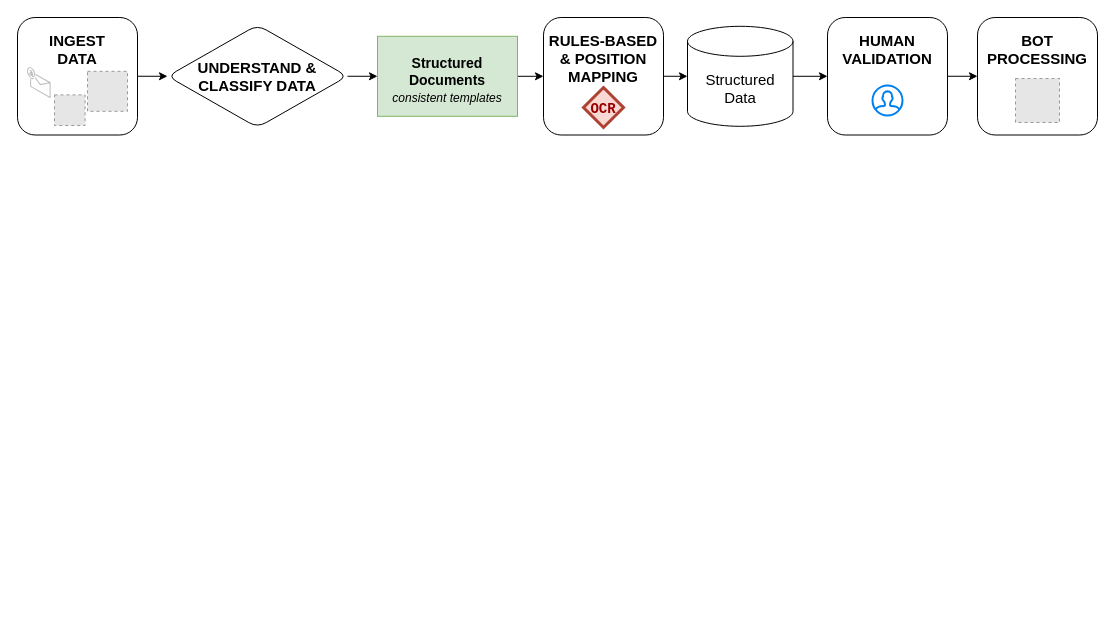
The draw.io diagram page "USE CASE - STRUCTURED" (5 of 9) of Images/OCR_Flow.drawio in amajor/research-in-cs-course-project, before the edit. Source tidied: cells renumbered, new cells numbered last; positions are measured from the earlier drawing's top-left corner, leaving out a move shared by most shapes. Both pictures are drawn from the tidied source at 100%, with x=0, y=0 at pixel (17, 17). Pictures stored in the file or linked from it are replaced by grey dashed boxes.
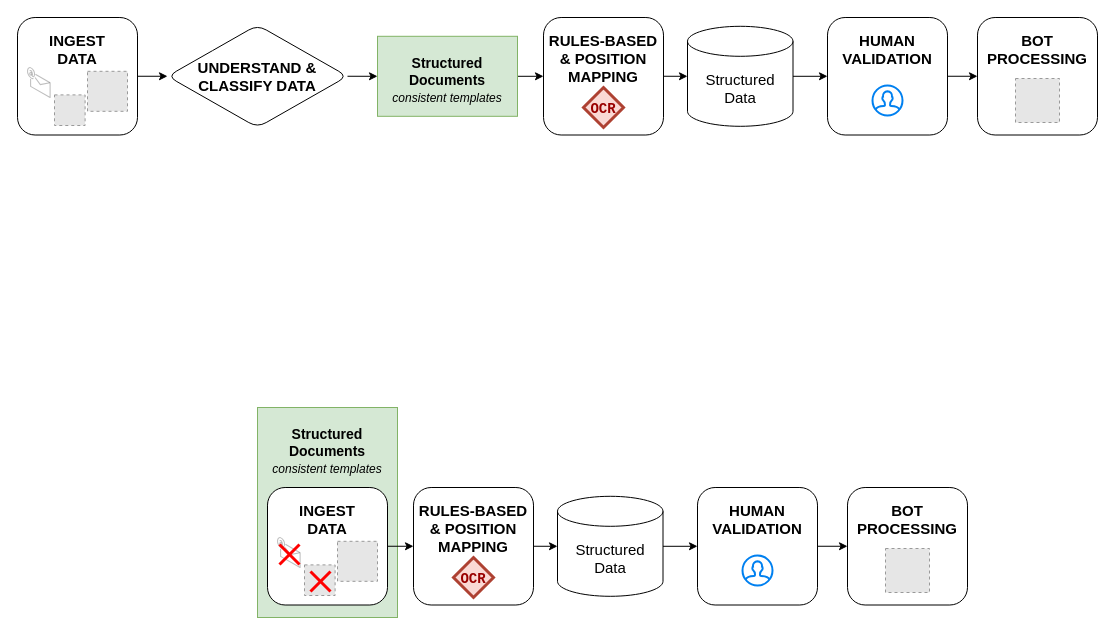
Above is the later version.

What changed in the source:
```diff
@@
+    <mxCell id="27" value="&lt;p&gt;&lt;b&gt;&lt;font style=&quot;font-size: 14px&quot;&gt;Structured Documents&lt;br&gt;&lt;/font&gt;&lt;/b&gt;&lt;i&gt;consistent templates&lt;/i&gt;&lt;b&gt;&lt;font style=&quot;font-size: 14px&quot;&gt;&lt;br&gt;&lt;/font&gt;&lt;/b&gt;&lt;/p&gt;" style="rounded=0;whiteSpace=wrap;html=1;fillColor=#d5e8d4;strokeColor=#82b366;verticalAlign=top;" parent="1" vertex="1">
+      <mxGeometry x="240" y="390" width="140" height="210" as="geometry" />
+    </mxCell>
@@
+    <mxCell id="28" style="group;" parent="1" vertex="1">
+      <mxGeometry x="250" y="470" width="700" height="117.5" as="geometry" />
+    </mxCell>
+    <mxCell id="29" style="group;" parent="28" vertex="1">
+      <mxGeometry width="120" height="117.5" as="geometry" />
+    </mxCell>
+    <mxCell id="30" value="&lt;b&gt;&lt;font style=&quot;font-size: 15px&quot;&gt;INGEST &lt;br&gt;DATA&lt;br&gt;&lt;br&gt;&lt;br&gt;&lt;br&gt;&lt;/font&gt;&lt;/b&gt;" style="rounded=1;whiteSpace=wrap;html=1;" parent="29" vertex="1">
+      <mxGeometry width="120" height="117.5" as="geometry" />
+    </mxCell>
+    <mxCell id="31" style="verticalLabelPosition=bottom;html=1;verticalAlign=top;strokeWidth=1;align=center;dashed=0;shape=mxgraph.aws3d.email;strokeColor=#292929;shadow=0;fontSize=20;fontColor=#009999;opacity=30;" parent="29" vertex="1">
+      <mxGeometry x="10" y="50" width="22.6" height="30" as="geometry" />
+    </mxCell>
+    <mxCell id="32" style="fillColor=#E6E6E6;strokeColor=#999999;dashed=1;html=1;verticalAlign=top;verticalLabelPosition=bottom;labelBackgroundColor=#ffffff;fontSize=20;fontColor=#009999;" parent="29" vertex="1">
+      <mxGeometry x="37" y="77.4" width="30.6" height="30.6" as="geometry" />
+    </mxCell>
+    <mxCell id="33" style="fillColor=#E6E6E6;strokeColor=#999999;dashed=1;html=1;verticalAlign=top;verticalLabelPosition=bottom;labelBackgroundColor=#ffffff;fontSize=20;fontColor=#009999;" parent="29" vertex="1">
+      <mxGeometry x="70" y="53.8" width="40" height="40" as="geometry" />
+    </mxCell>
+    <mxCell id="34" style="group;" parent="29" vertex="1">
+      <mxGeometry x="12" y="57" width="20" height="20" as="geometry" />
+    </mxCell>
+    <mxCell id="35" style="endArrow=none;html=1;fontColor=#FF0000;strokeColor=#FF0000;strokeWidth=3;" parent="34" edge="1">
+      <mxGeometry relative="1" as="geometry">
+        <mxPoint y="20" as="sourcePoint" />
+        <mxPoint x="20" as="targetPoint" />
+      </mxGeometry>
+    </mxCell>
+    <mxCell id="36" style="endArrow=none;html=1;fontColor=#FF0000;strokeColor=#FF0000;strokeWidth=3;" parent="34" edge="1">
+      <mxGeometry relative="1" as="geometry">
+        <mxPoint x="20" y="20" as="sourcePoint" />
+        <mxPoint as="targetPoint" />
+      </mxGeometry>
+    </mxCell>
+    <mxCell id="37" style="group;" parent="28" vertex="1">
+      <mxGeometry x="146" width="120" height="117.5" as="geometry" />
+    </mxCell>
+    <mxCell id="38" value="&lt;font style=&quot;font-size: 15px&quot;&gt;&lt;b&gt;RULES-BASED &amp;amp; POSITION MAPPING&lt;br&gt;&lt;/b&gt;&lt;br&gt;&lt;br&gt;&lt;/font&gt;" style="rounded=1;whiteSpace=wrap;html=1;" parent="37" vertex="1">
+      <mxGeometry width="120" height="117.5" as="geometry" />
+    </mxCell>
+    <mxCell id="39" value="&lt;font size=&quot;1&quot; face=&quot;Courier New&quot;&gt;&lt;b style=&quot;font-size: 14px ; line-height: 120%&quot;&gt;OCR&lt;/b&gt;&lt;/font&gt;" style="rhombus;whiteSpace=wrap;html=1;shadow=0;fontSize=20;strokeColor=#ae4132;strokeWidth=3;align=center;verticalAlign=top;fillColor=#fad9d5;fontColor=#990000;" parent="37" vertex="1">
+      <mxGeometry x="40" y="70" width="40" height="40" as="geometry" />
+    </mxCell>
+    <mxCell id="40" style="edgeStyle=none;rounded=0;jettySize=auto;html=1;exitX=1;exitY=0.5;exitDx=0;exitDy=0;fontSize=15;fontColor=#009999;" parent="28" edge="1" source="30" target="38">
+      <mxGeometry relative="1" as="geometry" />
+    </mxCell>
+    <mxCell id="41" style="group;" parent="28" vertex="1">
+      <mxGeometry x="430" width="120" height="117.5" as="geometry" />
+    </mxCell>
+    <mxCell id="42" value="&lt;b&gt;&lt;font style=&quot;font-size: 15px&quot;&gt;HUMAN VALIDATION&lt;br&gt;&lt;br&gt;&lt;br&gt;&lt;br&gt;&lt;/font&gt;&lt;/b&gt;" style="rounded=1;whiteSpace=wrap;html=1;" parent="41" vertex="1">
+      <mxGeometry width="120" height="117.5" as="geometry" />
+    </mxCell>
+    <mxCell id="43" style="html=1;verticalLabelPosition=bottom;align=center;labelBackgroundColor=#ffffff;verticalAlign=top;strokeWidth=2;strokeColor=#0080F0;shadow=0;dashed=0;shape=mxgraph.ios7.icons.user;fontSize=20;fontColor=#FFFFFF;" parent="41" vertex="1">
+      <mxGeometry x="45" y="68" width="30" height="30" as="geometry" />
+    </mxCell>
+    <mxCell id="44" style="group;" parent="28" vertex="1">
+      <mxGeometry x="580" width="120" height="117.5" as="geometry" />
+    </mxCell>
+    <mxCell id="45" value="&lt;b&gt;&lt;font style=&quot;font-size: 15px&quot;&gt;BOT PROCESSING&lt;br&gt;&lt;br&gt;&lt;br&gt;&lt;br&gt;&lt;/font&gt;&lt;/b&gt;" style="rounded=1;whiteSpace=wrap;html=1;" parent="44" vertex="1">
+      <mxGeometry width="120" height="117.5" as="geometry" />
+    </mxCell>
+    <mxCell id="46" style="fillColor=#E6E6E6;strokeColor=#999999;dashed=1;html=1;verticalAlign=top;verticalLabelPosition=bottom;labelBackgroundColor=#ffffff;fontSize=20;fontColor=#009999;" parent="44" vertex="1">
+      <mxGeometry x="38" y="61" width="44" height="44" as="geometry" />
+    </mxCell>
+    <mxCell id="47" style="edgeStyle=none;rounded=0;jettySize=auto;html=1;exitX=1;exitY=0.5;exitDx=0;exitDy=0;exitPerimeter=0;fontSize=15;fontColor=#009999;" parent="28" edge="1" source="48" target="42">
+      <mxGeometry relative="1" as="geometry" />
+    </mxCell>
+    <mxCell id="48" value="Structured &lt;br style=&quot;font-size: 15px;&quot;&gt;Data" style="shape=cylinder3;whiteSpace=wrap;html=1;boundedLbl=1;backgroundOutline=1;size=15;fontSize=15;" parent="28" vertex="1">
+      <mxGeometry x="290" y="8.8" width="105.5" height="100" as="geometry" />
+    </mxCell>
+    <mxCell id="49" style="edgeStyle=none;rounded=0;jettySize=auto;html=1;exitX=1;exitY=0.5;exitDx=0;exitDy=0;entryX=0;entryY=0.5;entryDx=0;entryDy=0;fontSize=15;fontColor=#009999;" parent="28" edge="1" source="42" target="45">
+      <mxGeometry relative="1" as="geometry" />
+    </mxCell>
+    <mxCell id="50" style="edgeStyle=none;rounded=0;jettySize=auto;html=1;exitX=1;exitY=0.5;exitDx=0;exitDy=0;fontSize=15;fontColor=#009999;entryX=0;entryY=0.5;entryDx=0;entryDy=0;entryPerimeter=0;" parent="28" edge="1" source="38" target="48">
+      <mxGeometry relative="1" as="geometry" />
+    </mxCell>
+    <mxCell id="51" style="group;" parent="28" vertex="1">
+      <mxGeometry x="43" y="84" width="20" height="20" as="geometry" />
+    </mxCell>
+    <mxCell id="52" style="endArrow=none;html=1;fontColor=#FF0000;strokeColor=#FF0000;strokeWidth=3;" parent="51" edge="1">
+      <mxGeometry relative="1" as="geometry">
+        <mxPoint y="20" as="sourcePoint" />
+        <mxPoint x="20" as="targetPoint" />
+      </mxGeometry>
+    </mxCell>
+    <mxCell id="53" style="endArrow=none;html=1;fontColor=#FF0000;strokeColor=#FF0000;strokeWidth=3;" parent="51" edge="1">
+      <mxGeometry relative="1" as="geometry">
+        <mxPoint x="20" y="20" as="sourcePoint" />
+        <mxPoint as="targetPoint" />
+      </mxGeometry>
+    </mxCell>
```
